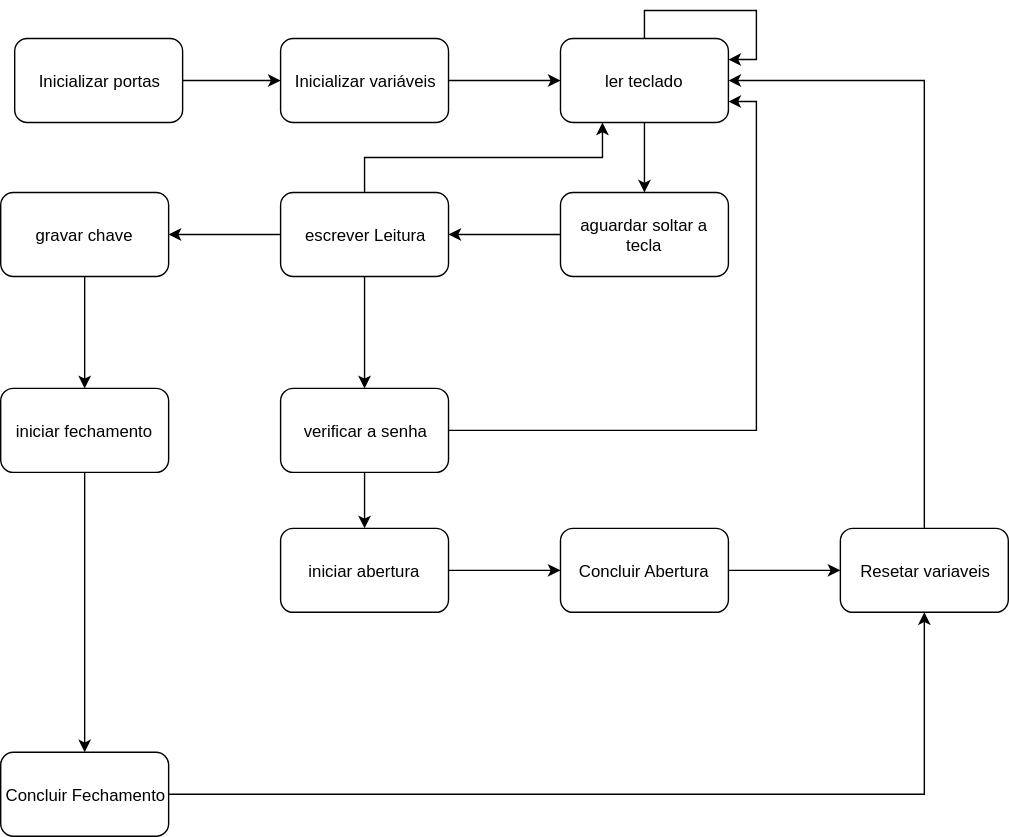
Earlier version of the draw.io export cofreDigital.svg (beltraoluis/CofreDigitalTiva). Source tidied: cells renumbered, new cells last; positions are measured from the earlier drawing's top-left corner, leaving out a move shared by most shapes.
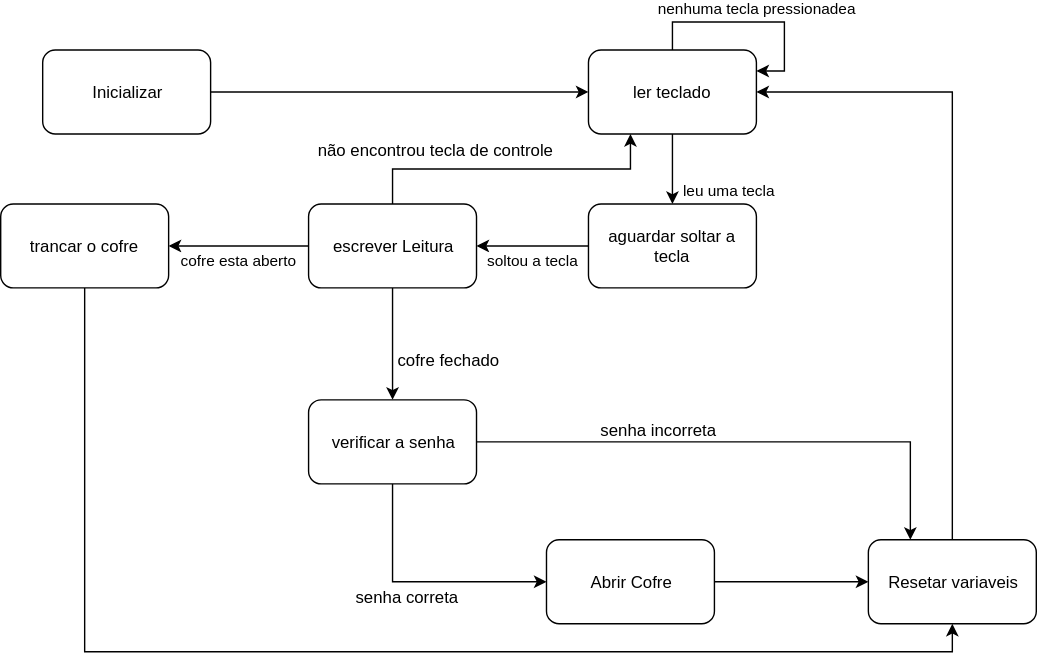
After the change.

Diff of the diagram source:
```diff
@@ -2,62 +2,78 @@
   <root>
     <mxCell id="0" />
     <mxCell id="1" parent="0" />
-    <mxCell id="2" style="edgeStyle=orthogonalEdgeStyle;rounded=0;html=1;jettySize=auto;" parent="1" edge="1" source="3" target="5">
+    <mxCell id="2" style="edgeStyle=orthogonalEdgeStyle;rounded=0;html=1;jettySize=auto;entryX=0;entryY=0.5;" parent="1" edge="1" source="3" target="7">
       <mxGeometry relative="1" as="geometry" />
     </mxCell>
-    <mxCell id="3" value="Inicializar portas" style="rounded=1;whiteSpace=wrap;html=1;" parent="1" vertex="1">
+    <mxCell id="3" value="Inicializar" style="rounded=1;whiteSpace=wrap;html=1;" parent="1" vertex="1">
       <mxGeometry x="10" y="20" width="120" height="60" as="geometry" />
     </mxCell>
-    <mxCell id="4" style="edgeStyle=orthogonalEdgeStyle;rounded=0;html=1;jettySize=auto;" parent="1" edge="1" source="5" target="7">
-      <mxGeometry relative="1" as="geometry" />
-    </mxCell>
-    <mxCell id="5" value="Inicializar variáveis&lt;br&gt;" style="rounded=1;whiteSpace=wrap;html=1;" parent="1" vertex="1">
-      <mxGeometry x="200" y="20" width="120" height="60" as="geometry" />
-    </mxCell>
-    <mxCell id="6" style="edgeStyle=orthogonalEdgeStyle;rounded=0;html=1;jettySize=auto;" parent="1" edge="1" source="7" target="9">
-      <mxGeometry relative="1" as="geometry" />
+    <mxCell id="6" value="leu uma tecla" style="edgeStyle=orthogonalEdgeStyle;rounded=0;html=1;jettySize=auto;" parent="1" edge="1" source="7" target="9">
+      <mxGeometry x="0.6" y="40" relative="1" as="geometry" />
     </mxCell>
     <mxCell id="7" value="ler teclado&lt;br&gt;" style="rounded=1;whiteSpace=wrap;html=1;" parent="1" vertex="1">
       <mxGeometry x="400" y="20" width="120" height="60" as="geometry" />
     </mxCell>
-    <mxCell id="8" style="edgeStyle=orthogonalEdgeStyle;rounded=0;html=1;jettySize=auto;" parent="1" edge="1" source="9" target="13">
-      <mxGeometry relative="1" as="geometry" />
+    <mxCell id="8" value="soltou a tecla" style="edgeStyle=orthogonalEdgeStyle;rounded=0;html=1;jettySize=auto;" parent="1" edge="1" source="9" target="13">
+      <mxGeometry y="10" relative="1" as="geometry" />
     </mxCell>
     <mxCell id="9" value="aguardar soltar a tecla&lt;br&gt;" style="rounded=1;whiteSpace=wrap;html=1;" parent="1" vertex="1">
       <mxGeometry x="400" y="130" width="120" height="60" as="geometry" />
     </mxCell>
-    <mxCell id="10" style="edgeStyle=orthogonalEdgeStyle;rounded=0;html=1;jettySize=auto;" parent="1" edge="1" source="13" target="24">
-      <mxGeometry relative="1" as="geometry" />
+    <mxCell id="10" value="cofre esta aberto" style="edgeStyle=orthogonalEdgeStyle;rounded=0;html=1;jettySize=auto;" parent="1" edge="1" source="13" target="24">
+      <mxGeometry y="10" relative="1" as="geometry" />
     </mxCell>
     <mxCell id="11" style="edgeStyle=orthogonalEdgeStyle;rounded=0;html=1;exitX=0.5;exitY=0;entryX=0.25;entryY=1;jettySize=auto;" parent="1" edge="1" source="13" target="7">
       <mxGeometry relative="1" as="geometry" />
     </mxCell>
+    <mxCell id="30" value="não encontrou tecla de controle" style="text;html=1;align=center;verticalAlign=middle;labelBackgroundColor=#ffffff;" parent="11" vertex="1">
+      <mxGeometry x="-0.77" y="-21" relative="1" as="geometry">
+        <mxPoint x="30" y="-36" as="offset" />
+      </mxGeometry>
+    </mxCell>
     <mxCell id="12" style="edgeStyle=orthogonalEdgeStyle;rounded=0;html=1;jettySize=auto;" parent="1" edge="1" source="13" target="16">
       <mxGeometry relative="1" as="geometry" />
     </mxCell>
+    <mxCell id="31" value="cofre fechado" style="text;html=1;align=center;verticalAlign=middle;labelBackgroundColor=#ffffff;" parent="12" vertex="1">
+      <mxGeometry x="0.28" relative="1" as="geometry">
+        <mxPoint x="40" y="-1" as="offset" />
+      </mxGeometry>
+    </mxCell>
     <mxCell id="13" value="escrever Leitura" style="rounded=1;whiteSpace=wrap;html=1;" parent="1" vertex="1">
       <mxGeometry x="200" y="130" width="120" height="60" as="geometry" />
     </mxCell>
-    <mxCell id="14" style="edgeStyle=orthogonalEdgeStyle;rounded=0;html=1;exitX=1;exitY=0.5;entryX=1;entryY=0.75;jettySize=auto;" parent="1" edge="1" source="16" target="7">
-      <mxGeometry relative="1" as="geometry" />
+    <mxCell id="14" style="edgeStyle=orthogonalEdgeStyle;rounded=0;html=1;exitX=1;exitY=0.5;entryX=0.25;entryY=0;jettySize=auto;" parent="1" edge="1" source="16" target="22">
+      <mxGeometry relative="1" as="geometry">
+        <Array as="points">
+          <mxPoint x="630" y="300" />
+        </Array>
+      </mxGeometry>
     </mxCell>
+    <mxCell id="32" value="senha incorreta" style="text;html=1;align=center;verticalAlign=middle;labelBackgroundColor=#ffffff;" parent="14" vertex="1">
+      <mxGeometry x="-0.34" y="2" relative="1" as="geometry">
+        <mxPoint x="4" y="-8" as="offset" />
+      </mxGeometry>
+    </mxCell>
-    <mxCell id="15" style="edgeStyle=orthogonalEdgeStyle;rounded=0;html=1;jettySize=auto;" parent="1" edge="1" source="16" target="18">
-      <mxGeometry relative="1" as="geometry" />
+    <mxCell id="15" style="edgeStyle=orthogonalEdgeStyle;rounded=0;html=1;jettySize=auto;entryX=0;entryY=0.5;" parent="1" edge="1" source="16" target="20">
+      <mxGeometry relative="1" as="geometry">
+        <Array as="points">
+          <mxPoint x="260" y="400" />
+        </Array>
+      </mxGeometry>
     </mxCell>
+    <mxCell id="33" value="senha correta" style="text;html=1;align=center;verticalAlign=middle;labelBackgroundColor=#ffffff;" parent="15" vertex="1">
+      <mxGeometry x="-0.22" y="5" relative="1" as="geometry">
+        <mxPoint x="10" y="15" as="offset" />
+      </mxGeometry>
+    </mxCell>
     <mxCell id="16" value="verificar a senha" style="rounded=1;whiteSpace=wrap;html=1;" parent="1" vertex="1">
       <mxGeometry x="200" y="270" width="120" height="60" as="geometry" />
     </mxCell>
-    <mxCell id="17" style="edgeStyle=orthogonalEdgeStyle;rounded=0;html=1;jettySize=auto;" parent="1" edge="1" source="18" target="20">
-      <mxGeometry relative="1" as="geometry" />
-    </mxCell>
-    <mxCell id="18" value="iniciar abertura" style="rounded=1;whiteSpace=wrap;html=1;" parent="1" vertex="1">
-      <mxGeometry x="200" y="370" width="120" height="60" as="geometry" />
-    </mxCell>
     <mxCell id="19" style="edgeStyle=orthogonalEdgeStyle;rounded=0;html=1;jettySize=auto;" parent="1" edge="1" source="20" target="22">
       <mxGeometry relative="1" as="geometry" />
     </mxCell>
-    <mxCell id="20" value="Concluir Abertura" style="rounded=1;whiteSpace=wrap;html=1;" parent="1" vertex="1">
-      <mxGeometry x="400" y="370" width="120" height="60" as="geometry" />
+    <mxCell id="20" value="Abrir Cofre" style="rounded=1;whiteSpace=wrap;html=1;" parent="1" vertex="1">
+      <mxGeometry x="370" y="370" width="120" height="60" as="geometry" />
     </mxCell>
     <mxCell id="21" style="edgeStyle=orthogonalEdgeStyle;rounded=0;html=1;exitX=0.5;exitY=0;entryX=1;entryY=0.5;jettySize=auto;" parent="1" edge="1" source="22" target="7">
       <mxGeometry relative="1" as="geometry" />
@@ -65,26 +81,19 @@
     <mxCell id="22" value="Resetar variaveis" style="rounded=1;whiteSpace=wrap;html=1;" parent="1" vertex="1">
       <mxGeometry x="600" y="370" width="120" height="60" as="geometry" />
     </mxCell>
-    <mxCell id="23" style="edgeStyle=orthogonalEdgeStyle;rounded=0;html=1;jettySize=auto;" parent="1" edge="1" source="24" target="26">
-      <mxGeometry relative="1" as="geometry" />
+    <mxCell id="23" style="edgeStyle=orthogonalEdgeStyle;rounded=0;html=1;jettySize=auto;entryX=0.5;entryY=1;" parent="1" edge="1" source="24" target="22">
+      <mxGeometry relative="1" as="geometry">
+        <Array as="points">
+          <mxPoint x="40" y="450" />
+          <mxPoint x="660" y="450" />
+        </Array>
+      </mxGeometry>
     </mxCell>
-    <mxCell id="24" value="gravar chave" style="rounded=1;whiteSpace=wrap;html=1;" parent="1" vertex="1">
-      <mxGeometry y="130" width="120" height="60" as="geometry" />
+    <mxCell id="24" value="trancar o cofre" style="rounded=1;whiteSpace=wrap;html=1;" parent="1" vertex="1">
+      <mxGeometry x="-20" y="130" width="120" height="60" as="geometry" />
     </mxCell>
-    <mxCell id="25" style="edgeStyle=orthogonalEdgeStyle;rounded=0;html=1;jettySize=auto;" parent="1" edge="1" source="26" target="28">
-      <mxGeometry relative="1" as="geometry" />
-    </mxCell>
-    <mxCell id="26" value="iniciar fechamento&lt;br&gt;" style="rounded=1;whiteSpace=wrap;html=1;" parent="1" vertex="1">
-      <mxGeometry y="270" width="120" height="60" as="geometry" />
-    </mxCell>
-    <mxCell id="27" style="edgeStyle=orthogonalEdgeStyle;rounded=0;html=1;exitX=1;exitY=0.5;entryX=0.5;entryY=1;jettySize=auto;" parent="1" edge="1" source="28" target="22">
-      <mxGeometry relative="1" as="geometry" />
-    </mxCell>
-    <mxCell id="28" value="Concluir Fechamento&lt;br&gt;" style="rounded=1;whiteSpace=wrap;html=1;" parent="1" vertex="1">
-      <mxGeometry y="530" width="120" height="60" as="geometry" />
-    </mxCell>
-    <mxCell id="29" style="edgeStyle=orthogonalEdgeStyle;rounded=0;html=1;exitX=0.5;exitY=0;entryX=1;entryY=0.25;jettySize=auto;orthogonalLoop=1;" parent="1" edge="1" source="7" target="7">
-      <mxGeometry relative="1" as="geometry">
+    <mxCell id="29" value="nenhuma tecla pressionadea&lt;br&gt;" style="edgeStyle=orthogonalEdgeStyle;rounded=0;html=1;exitX=0.5;exitY=0;entryX=1;entryY=0.25;jettySize=auto;orthogonalLoop=1;" parent="1" edge="1" source="7" target="7">
+      <mxGeometry x="0.03" y="10" relative="1" as="geometry">
         <Array as="points">
           <mxPoint x="460" />
           <mxPoint x="540" />
```
